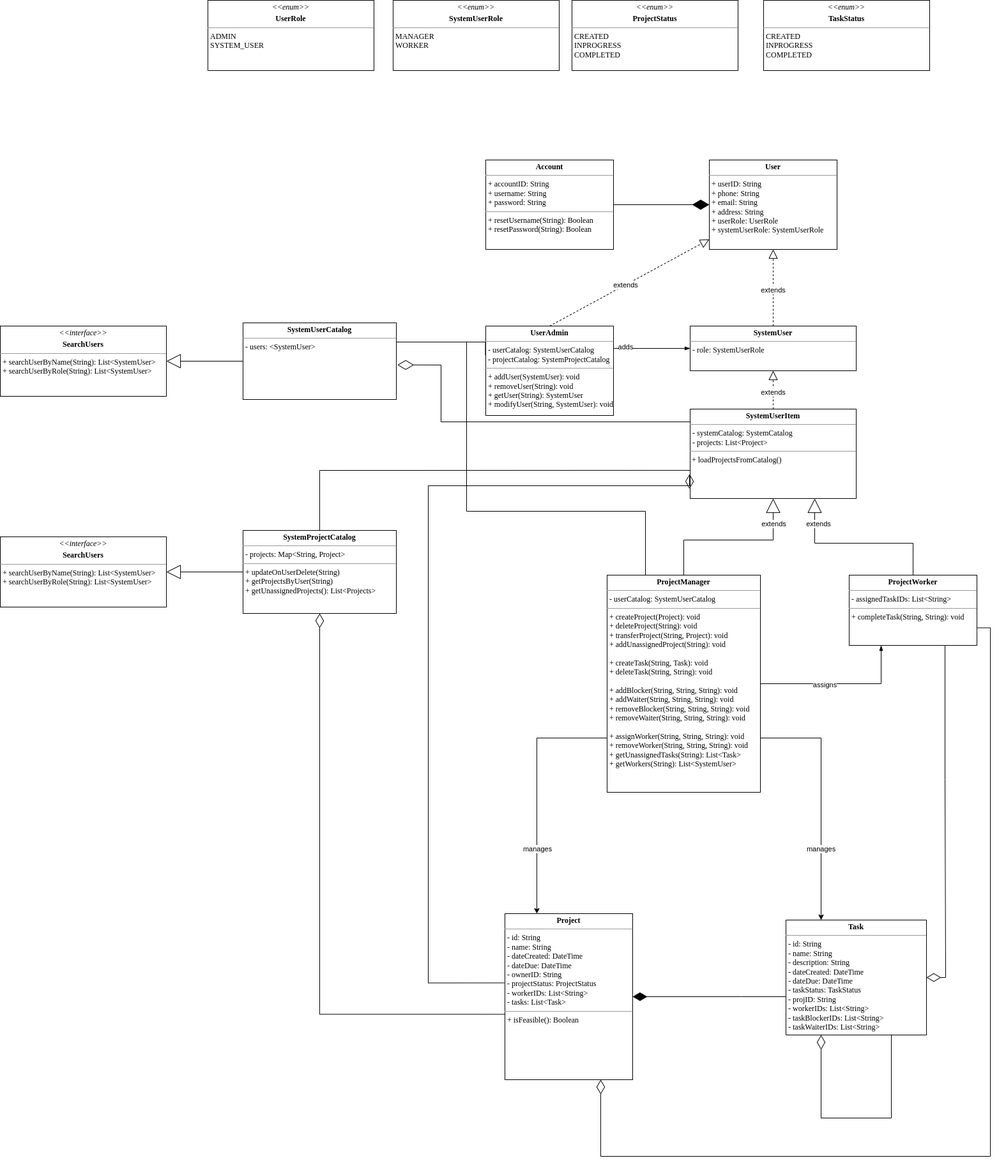
This is docs/proj-management.drawio.png from sanjay-chivukula/project-management-system, a draw.io export, as it was before one commit. Source tidied: cells renumbered, new cells last; positions are measured from the earlier drawing's top-left corner, leaving out a move shared by most shapes.
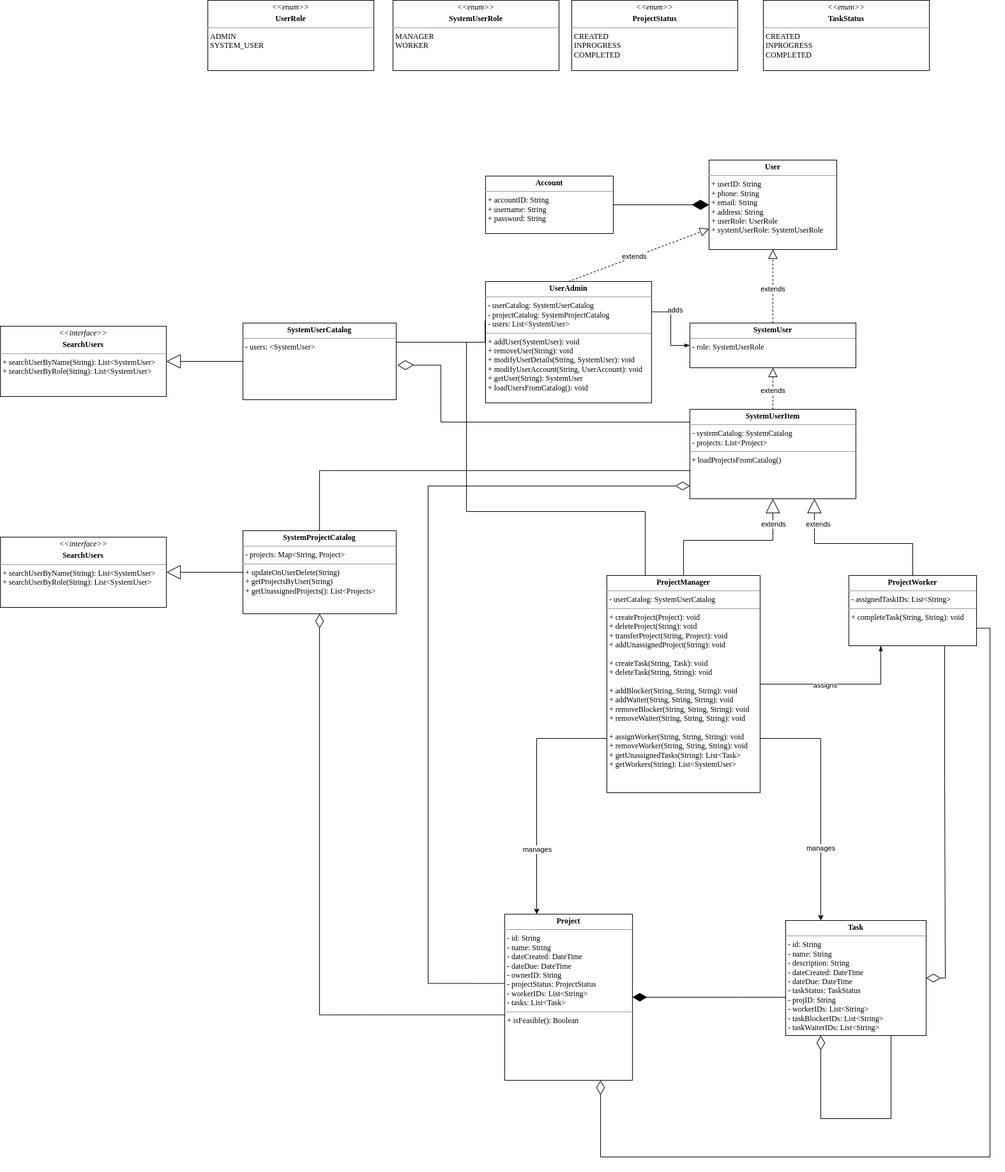
The same diagram one commit later.

Commit message:
docs(repo): update project class design diagram

Change to the diagram source:
```diff
@@ -6,16 +6,18 @@
       <mxGeometry relative="1" as="geometry" />
     </mxCell>
     <mxCell id="3" value="adds" style="edgeLabel;html=1;align=center;verticalAlign=middle;" parent="2" vertex="1">
-      <mxGeometry x="-0.71" y="3" relative="1" as="geometry" />
+      <mxGeometry x="-0.71" y="3" relative="1" as="geometry">
+        <mxPoint x="20" as="offset" />
+      </mxGeometry>
     </mxCell>
-    <mxCell id="4" value="&lt;p style=&quot;margin:0px;margin-top:4px;text-align:center;&quot;&gt;&lt;b&gt;UserAdmin&lt;/b&gt;&lt;/p&gt;&lt;hr size=&quot;1&quot;&gt;&lt;p style=&quot;margin:0px;margin-left:4px;&quot;&gt;- userCatalog: SystemUserCatalog&lt;/p&gt;&lt;p style=&quot;margin:0px;margin-left:4px;&quot;&gt;- projectCatalog: SystemProjectCatalog&lt;/p&gt;&lt;hr size=&quot;1&quot;&gt;&lt;p style=&quot;margin:0px;margin-left:4px;&quot;&gt;+ addUser(SystemUser): void&lt;/p&gt;&lt;p style=&quot;margin:0px;margin-left:4px;&quot;&gt;+ removeUser(String): void&lt;/p&gt;&lt;p style=&quot;margin:0px;margin-left:4px;&quot;&gt;+ getUser(String): SystemUser&lt;/p&gt;&lt;p style=&quot;margin:0px;margin-left:4px;&quot;&gt;+ modifyUser(String, SystemUser): void&lt;br&gt;&lt;/p&gt;&lt;p style=&quot;margin:0px;margin-left:4px;&quot;&gt;&lt;br&gt;&lt;/p&gt;" style="verticalAlign=top;align=left;overflow=fill;fontSize=12;fontFamily=Times New Roman;html=1;" parent="1" vertex="1">
-      <mxGeometry x="760" y="510" width="200" height="140" as="geometry" />
+    <mxCell id="4" value="&lt;p style=&quot;margin:0px;margin-top:4px;text-align:center;&quot;&gt;&lt;b&gt;UserAdmin&lt;/b&gt;&lt;/p&gt;&lt;hr size=&quot;1&quot;&gt;&lt;p style=&quot;margin:0px;margin-left:4px;&quot;&gt;- userCatalog: SystemUserCatalog&lt;/p&gt;&lt;p style=&quot;margin:0px;margin-left:4px;&quot;&gt;- projectCatalog: SystemProjectCatalog&lt;/p&gt;&lt;p style=&quot;margin:0px;margin-left:4px;&quot;&gt;- users: List&amp;lt;SystemUser&amp;gt;&lt;/p&gt;&lt;hr size=&quot;1&quot;&gt;&lt;p style=&quot;margin:0px;margin-left:4px;&quot;&gt;+ addUser(SystemUser): void&lt;/p&gt;&lt;p style=&quot;margin:0px;margin-left:4px;&quot;&gt;+ removeUser(String): void&lt;/p&gt;&lt;p style=&quot;margin:0px;margin-left:4px;&quot;&gt;+ modifyUserDetails(String, SystemUser): void&lt;br&gt;&lt;/p&gt;&lt;p style=&quot;margin:0px;margin-left:4px;&quot;&gt;+ modifyUserAccount(String, UserAccount): void&lt;/p&gt;&lt;p style=&quot;margin:0px;margin-left:4px;&quot;&gt;+ getUser(String): SystemUser&lt;/p&gt;&lt;p style=&quot;margin:0px;margin-left:4px;&quot;&gt;+ loadUsersFromCatalog(): void&lt;br&gt;&lt;/p&gt;&lt;p style=&quot;margin:0px;margin-left:4px;&quot;&gt;&lt;br&gt;&lt;/p&gt;" style="verticalAlign=top;align=left;overflow=fill;fontSize=12;fontFamily=Times New Roman;html=1;" parent="1" vertex="1">
+      <mxGeometry x="760" y="440" width="260" height="190" as="geometry" />
     </mxCell>
     <mxCell id="5" value="&lt;p style=&quot;margin:0px;margin-top:4px;text-align:center;&quot;&gt;&lt;b&gt;User&lt;/b&gt;&lt;/p&gt;&lt;hr size=&quot;1&quot;&gt;&lt;p style=&quot;margin:0px;margin-left:4px;&quot;&gt;+ userID: String&lt;br&gt;+ phone: String&lt;/p&gt;&lt;p style=&quot;margin:0px;margin-left:4px;&quot;&gt;+ email: String&lt;/p&gt;&lt;p style=&quot;margin:0px;margin-left:4px;&quot;&gt;+ address: String&lt;/p&gt;&lt;p style=&quot;margin:0px;margin-left:4px;&quot;&gt;+ userRole: UserRole&lt;/p&gt;&lt;p style=&quot;margin:0px;margin-left:4px;&quot;&gt;+ systemUserRole: SystemUserRole&lt;/p&gt;" style="verticalAlign=top;align=left;overflow=fill;fontSize=12;fontFamily=Times New Roman;html=1;" parent="1" vertex="1">
       <mxGeometry x="1110" y="250" width="200" height="140" as="geometry" />
     </mxCell>
-    <mxCell id="6" value="&lt;p style=&quot;margin:0px;margin-top:4px;text-align:center;&quot;&gt;&lt;b&gt;Account&lt;/b&gt;&lt;/p&gt;&lt;hr size=&quot;1&quot;&gt;&lt;p style=&quot;margin:0px;margin-left:4px;&quot;&gt;+ accountID: String&lt;br&gt;+ username: String&lt;/p&gt;&lt;p style=&quot;margin:0px;margin-left:4px;&quot;&gt;+ password: String&lt;/p&gt;&lt;hr size=&quot;1&quot;&gt;&lt;p style=&quot;margin:0px;margin-left:4px;&quot;&gt;+ resetUsername(String): Boolean&lt;br&gt;+ resetPassword(String): Boolean&lt;/p&gt;" style="verticalAlign=top;align=left;overflow=fill;fontSize=12;fontFamily=Times New Roman;html=1;" parent="1" vertex="1">
-      <mxGeometry x="760" y="250" width="200" height="140" as="geometry" />
+    <mxCell id="6" value="&lt;p style=&quot;margin:0px;margin-top:4px;text-align:center;&quot;&gt;&lt;b&gt;Account&lt;/b&gt;&lt;/p&gt;&lt;hr size=&quot;1&quot;&gt;&lt;p style=&quot;margin:0px;margin-left:4px;&quot;&gt;+ accountID: String&lt;br&gt;+ username: String&lt;/p&gt;&lt;p style=&quot;margin:0px;margin-left:4px;&quot;&gt;+ password: String&lt;/p&gt;&lt;p style=&quot;margin:0px;margin-left:4px;&quot;&gt;&lt;br&gt;&lt;/p&gt;" style="verticalAlign=top;align=left;overflow=fill;fontSize=12;fontFamily=Times New Roman;html=1;" parent="1" vertex="1">
+      <mxGeometry x="760" y="275" width="200" height="90" as="geometry" />
     </mxCell>
     <mxCell id="7" style="edgeStyle=orthogonalEdgeStyle;rounded=0;jettySize=auto;html=1;entryX=1.007;entryY=0.549;entryDx=0;entryDy=0;fontColor=#CC0000;startArrow=none;startFill=0;endArrow=diamondThin;endFill=0;endSize=23;strokeWidth=1;entryPerimeter=0;" parent="1" edge="1" source="8" target="24">
       <mxGeometry relative="1" as="geometry">
@@ -164,7 +166,7 @@
     <mxCell id="39" value="&lt;p style=&quot;margin:0px;margin-top:4px;text-align:center;&quot;&gt;&lt;i&gt;&amp;lt;&amp;lt;interface&amp;gt;&amp;gt;&lt;/i&gt;&lt;br&gt;&lt;/p&gt;&lt;p style=&quot;margin:0px;margin-top:4px;text-align:center;&quot;&gt;&lt;b&gt;SearchUsers&lt;/b&gt;&lt;/p&gt;&lt;hr size=&quot;1&quot;&gt;&lt;p style=&quot;margin:0px;margin-left:4px;&quot;&gt;&lt;span style=&quot;background-color: initial;&quot;&gt;+ searchUserByName(String): List&amp;lt;SystemUser&amp;gt;&lt;/span&gt;&lt;br&gt;&lt;/p&gt;&lt;p style=&quot;margin:0px;margin-left:4px;&quot;&gt;+ searchUserByRole(String): List&amp;lt;SystemUser&amp;gt;&lt;/p&gt;&lt;p style=&quot;margin:0px;margin-left:4px;&quot;&gt;&lt;br&gt;&lt;/p&gt;" style="verticalAlign=top;align=left;overflow=fill;fontSize=12;fontFamily=Times New Roman;html=1;" parent="1" vertex="1">
       <mxGeometry y="840" width="260" height="110" as="geometry" />
     </mxCell>
-    <mxCell id="40" style="edgeStyle=orthogonalEdgeStyle;rounded=0;jettySize=auto;html=1;exitX=-0.006;exitY=0.417;exitDx=0;exitDy=0;endArrow=diamondThin;endFill=0;endSize=20;exitPerimeter=0;entryX=-0.004;entryY=0.891;entryDx=0;entryDy=0;entryPerimeter=0;" parent="1" edge="1" source="31" target="8">
+    <mxCell id="40" style="edgeStyle=orthogonalEdgeStyle;rounded=0;jettySize=auto;html=1;exitX=-0.006;exitY=0.417;exitDx=0;exitDy=0;endArrow=diamondThin;endFill=0;endSize=20;exitPerimeter=0;" parent="1" edge="1" source="31" target="8">
       <mxGeometry relative="1" as="geometry">
         <Array as="points">
           <mxPoint x="670" y="1538" />
@@ -179,7 +181,7 @@
       <mxGeometry x="895" width="260" height="110" as="geometry" />
     </mxCell>
     <mxCell id="43" value="&lt;p style=&quot;margin:0px;margin-top:4px;text-align:center;&quot;&gt;&lt;b&gt;SystemUser&lt;/b&gt;&lt;/p&gt;&lt;hr size=&quot;1&quot;&gt;&lt;p style=&quot;margin:0px;margin-left:4px;&quot;&gt;&lt;span style=&quot;background-color: initial;&quot;&gt;- role: SystemUserRole&lt;/span&gt;&lt;/p&gt;&lt;p style=&quot;margin:0px;margin-left:4px;&quot;&gt;&lt;/p&gt;" style="verticalAlign=top;align=left;overflow=fill;fontSize=12;fontFamily=Times New Roman;html=1;" parent="1" vertex="1">
-      <mxGeometry x="1080" y="510" width="260" height="70" as="geometry" />
+      <mxGeometry x="1080" y="505" width="260" height="70" as="geometry" />
     </mxCell>
     <mxCell id="44" style="endArrow=block;dashed=1;endFill=0;endSize=12;html=1;rounded=0;exitX=0.5;exitY=0;exitDx=0;exitDy=0;entryX=0.5;entryY=1;entryDx=0;entryDy=0;" parent="1" edge="1" source="43" target="5">
       <mxGeometry relative="1" as="geometry" />
```
